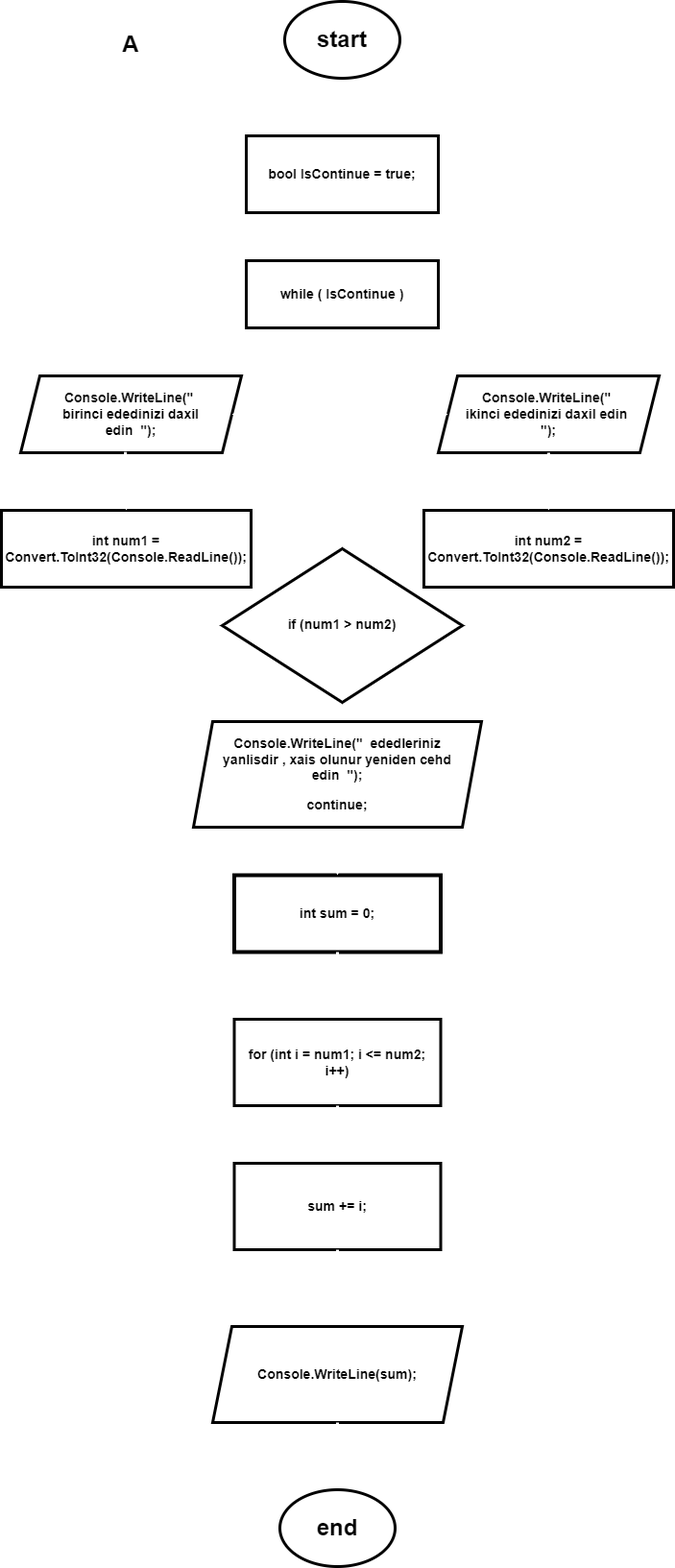
Earlier version of the draw.io export flowchart task A.png (Mehemmed-Cf/assigment). Source tidied: cells renumbered, new cells last; positions are measured from the earlier drawing's top-left corner, leaving out a move shared by most shapes.
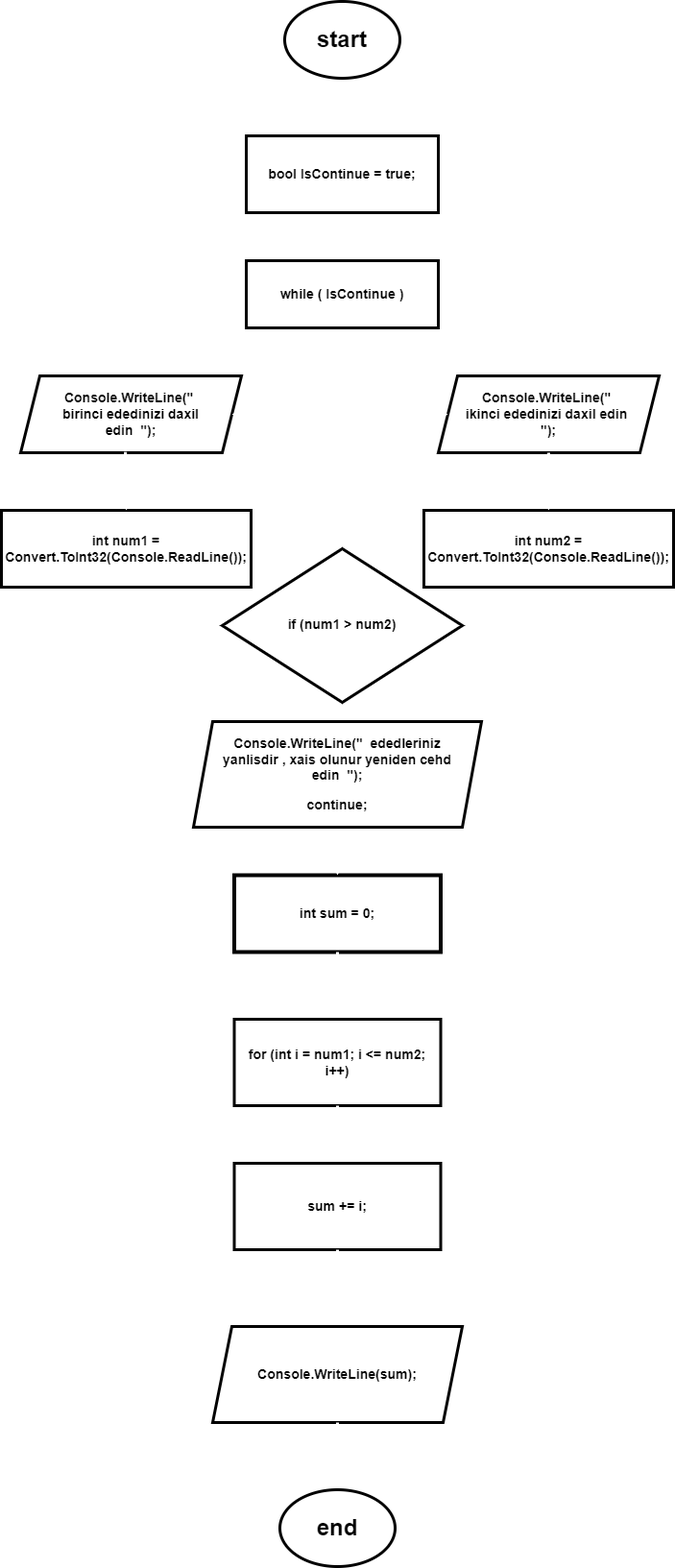
The same file after the commit.

Change to the diagram source:
```diff
@@ -22,7 +22,7 @@
     <mxCell id="7" value="&lt;h3&gt;bool IsContinue = true;&lt;/h3&gt;" style="text;html=1;strokeColor=none;fillColor=none;align=center;verticalAlign=middle;whiteSpace=wrap;rounded=0;" parent="1" vertex="1">
       <mxGeometry x="265" y="155" width="180" height="50" as="geometry" />
     </mxCell>
-    <mxCell id="8" value="&lt;h1&gt;A&lt;/h1&gt;" style="text;html=1;strokeColor=none;fillColor=none;align=center;verticalAlign=middle;whiteSpace=wrap;rounded=0;" parent="1" vertex="1">
+    <mxCell id="8" value="&lt;h1&gt;&lt;font color=&quot;#ffffff&quot;&gt;A&lt;/font&gt;&lt;/h1&gt;" style="text;html=1;strokeColor=none;fillColor=none;align=center;verticalAlign=middle;whiteSpace=wrap;rounded=0;" parent="1" vertex="1">
       <mxGeometry x="45" width="180" height="90" as="geometry" />
     </mxCell>
     <mxCell id="9" style="edgeStyle=orthogonalEdgeStyle;rounded=0;jettySize=auto;html=1;exitX=0.5;exitY=1;exitDx=0;exitDy=0;entryX=0.5;entryY=0;entryDx=0;entryDy=0;strokeWidth=3;strokeColor=#FFFFFF;" parent="1" edge="1" source="10" target="39">
```
